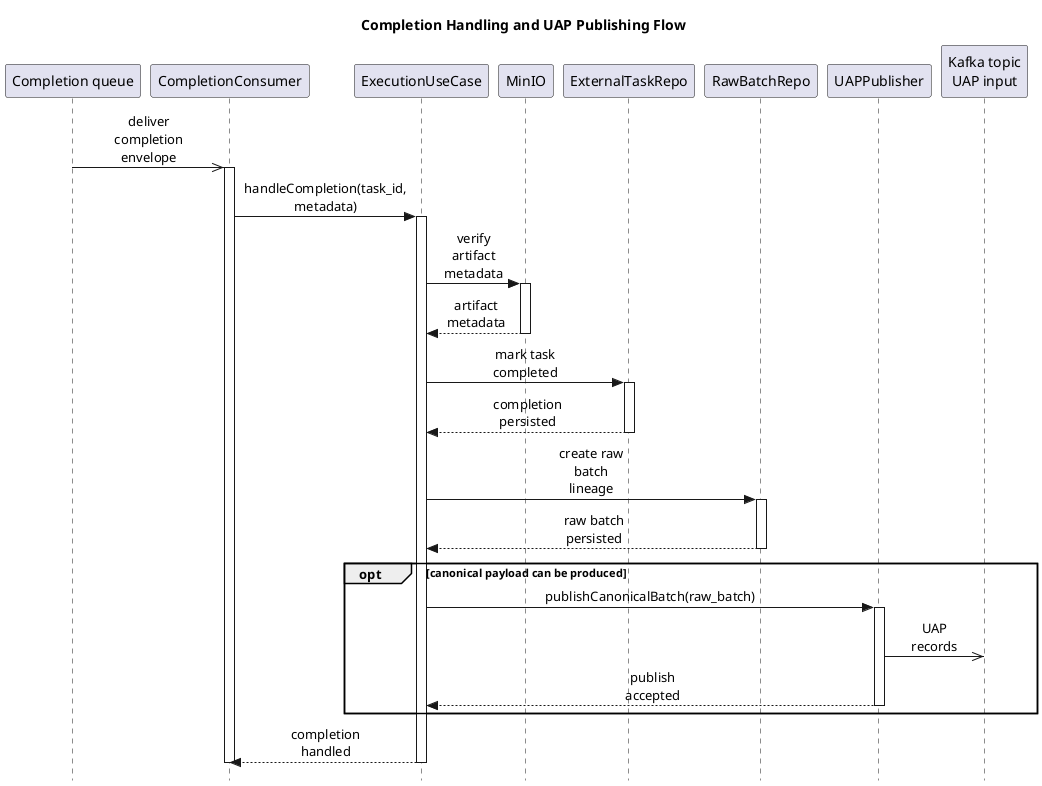
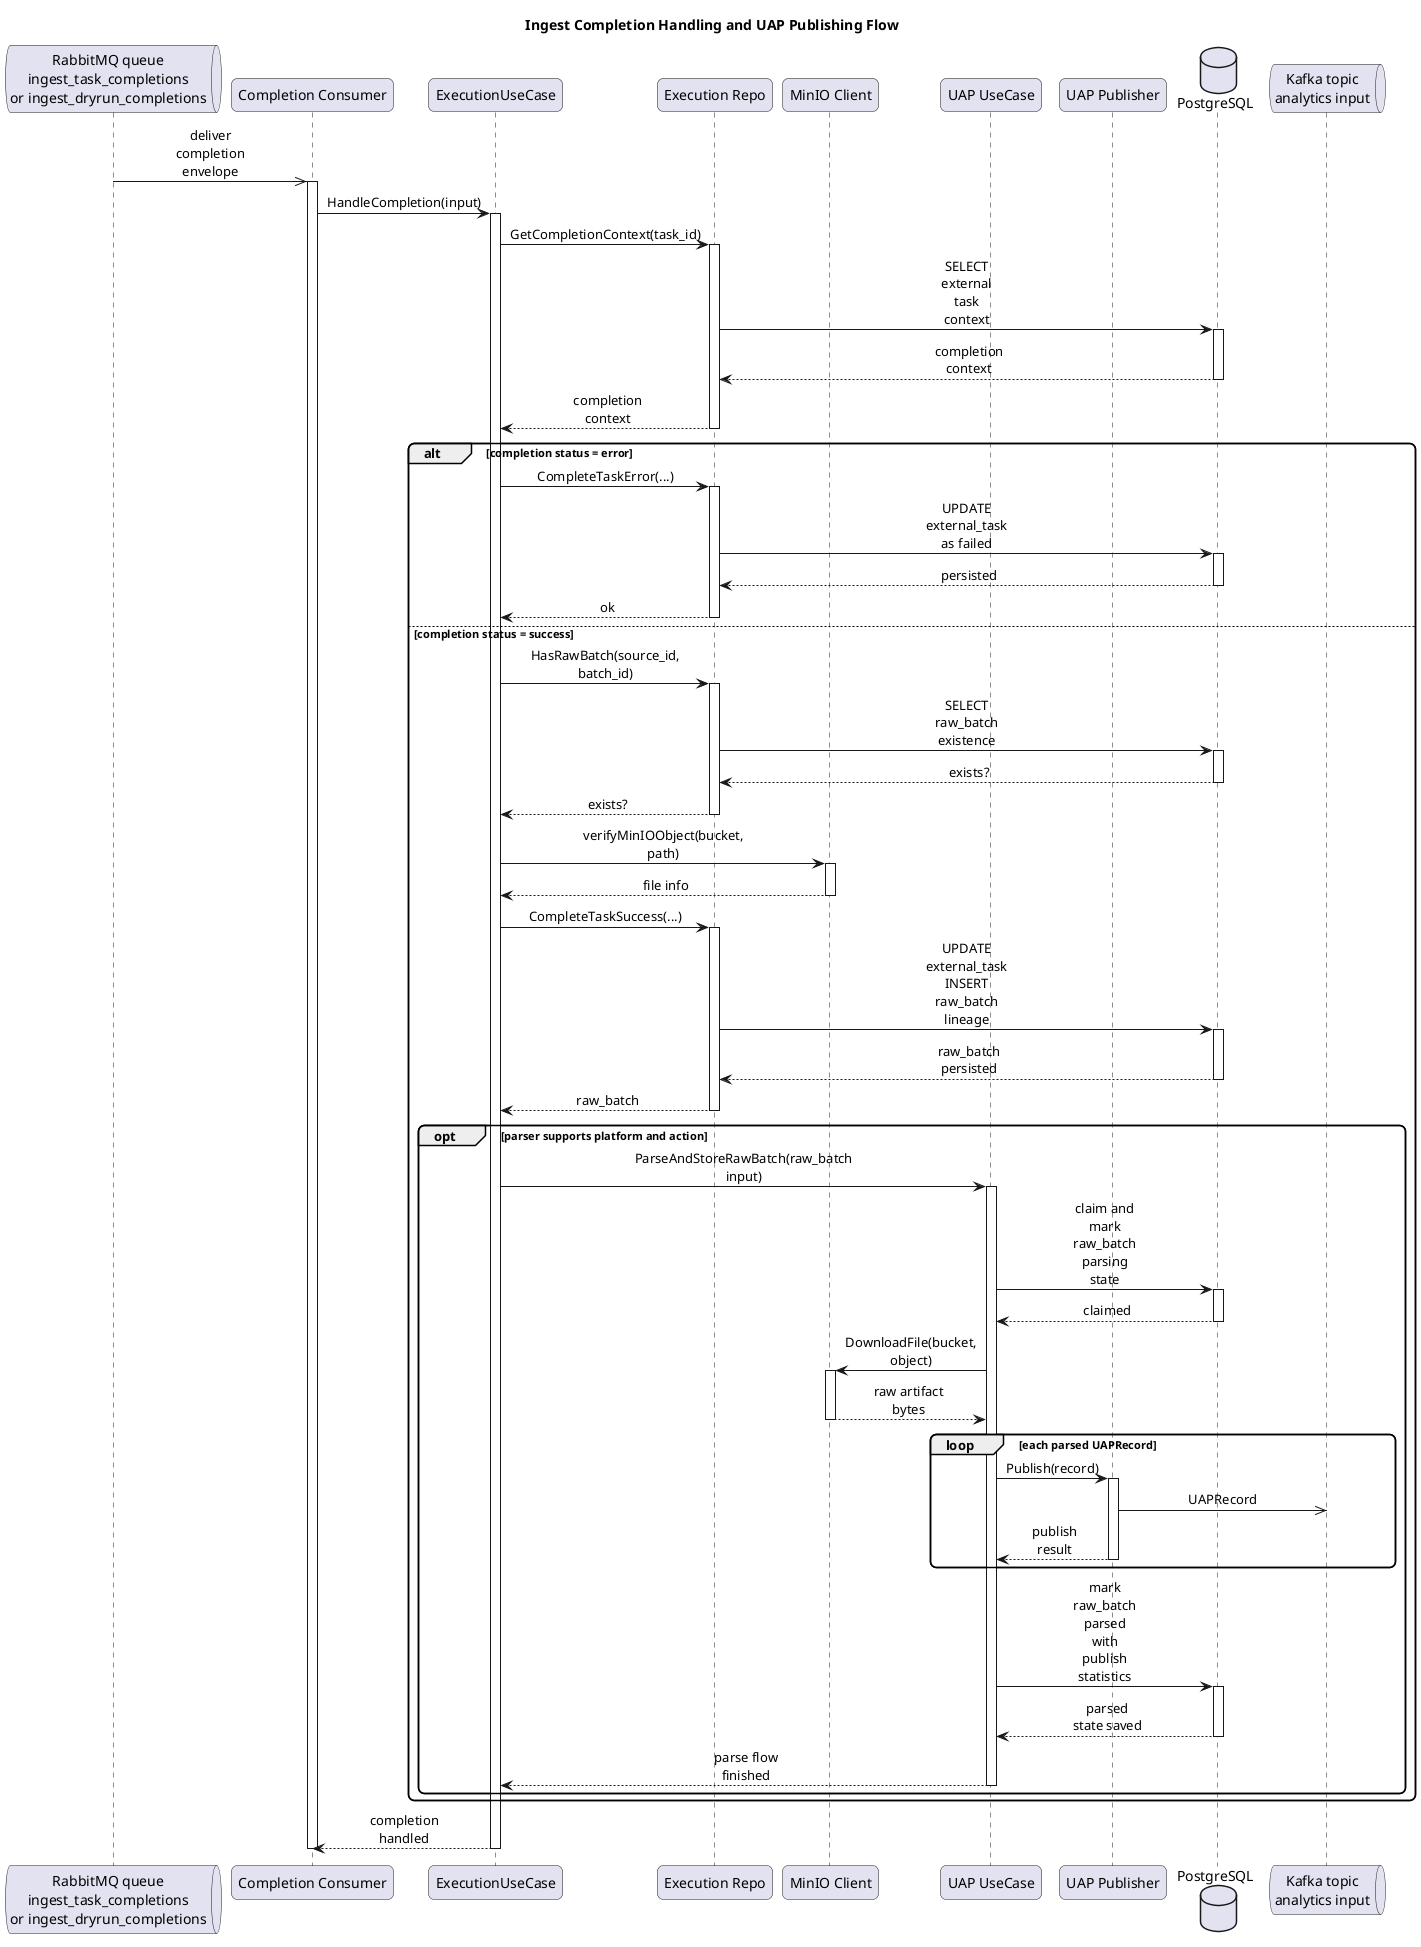
@startuml
- title Completion Handling and UAP Publishing Flow
- hide footbox
- skinparam style strictuml
+ title Ingest Completion Handling and UAP Publishing Flow
+ skinparam defaultFontName Arial
+ skinparam shadowing false
skinparam sequenceMessageAlign center
skinparam responseMessageBelowArrow true
skinparam maxMessageSize 70
+ skinparam roundcorner 12

- participant "Completion queue" as CompletionQueue
- participant "CompletionConsumer" as Consumer
+ queue "RabbitMQ queue\ningest_task_completions\nor ingest_dryrun_completions" as CompletionQueue
+ participant "Completion Consumer" as Consumer
participant "ExecutionUseCase" as Execution
- participant "MinIO" as MinIO
- participant "ExternalTaskRepo" as ExternalTaskRepo
- participant "RawBatchRepo" as RawBatchRepo
- participant "UAPPublisher" as UAPPublisher
- participant "Kafka topic\nUAP input" as UAPTopic
+ participant "Execution Repo" as ExecutionRepo
+ participant "MinIO Client" as MinIO
+ participant "UAP UseCase" as UAPUC
+ participant "UAP Publisher" as UAPPublisher
+ database "PostgreSQL" as PostgreSQL
+ queue "Kafka topic\nanalytics input" as AnalyticsInput

CompletionQueue ->> Consumer : deliver completion envelope
activate Consumer
- Consumer -> Execution : handleCompletion(task_id, metadata)
+ Consumer -> Execution : HandleCompletion(input)
activate Execution
- Execution -> MinIO : verify artifact metadata
- activate MinIO
- MinIO --> Execution : artifact metadata
- deactivate MinIO
- Execution -> ExternalTaskRepo : mark task completed
- activate ExternalTaskRepo
- ExternalTaskRepo --> Execution : completion persisted
- deactivate ExternalTaskRepo
- Execution -> RawBatchRepo : create raw batch lineage
- activate RawBatchRepo
- RawBatchRepo --> Execution : raw batch persisted
- deactivate RawBatchRepo

- opt canonical payload can be produced
-   Execution -> UAPPublisher : publishCanonicalBatch(raw_batch)
-   activate UAPPublisher
-   UAPPublisher ->> UAPTopic : UAP records
-   UAPPublisher --> Execution : publish accepted
-   deactivate UAPPublisher
+ Execution -> ExecutionRepo : GetCompletionContext(task_id)
+ activate ExecutionRepo
+ ExecutionRepo -> PostgreSQL : SELECT external task context
+ activate PostgreSQL
+ PostgreSQL --> ExecutionRepo : completion context
+ deactivate PostgreSQL
+ ExecutionRepo --> Execution : completion context
+ deactivate ExecutionRepo
+ 
+ alt completion status = error
+   Execution -> ExecutionRepo : CompleteTaskError(...)
+   activate ExecutionRepo
+   ExecutionRepo -> PostgreSQL : UPDATE external_task as failed
+   activate PostgreSQL
+   PostgreSQL --> ExecutionRepo : persisted
+   deactivate PostgreSQL
+   ExecutionRepo --> Execution : ok
+   deactivate ExecutionRepo
+ else completion status = success
+   Execution -> ExecutionRepo : HasRawBatch(source_id, batch_id)
+   activate ExecutionRepo
+   ExecutionRepo -> PostgreSQL : SELECT raw_batch existence
+   activate PostgreSQL
+   PostgreSQL --> ExecutionRepo : exists?
+   deactivate PostgreSQL
+   ExecutionRepo --> Execution : exists?
+   deactivate ExecutionRepo
+ 
+   Execution -> MinIO : verifyMinIOObject(bucket, path)
+   activate MinIO
+   MinIO --> Execution : file info
+   deactivate MinIO
+ 
+   Execution -> ExecutionRepo : CompleteTaskSuccess(...)
+   activate ExecutionRepo
+   ExecutionRepo -> PostgreSQL : UPDATE external_task\nINSERT raw_batch lineage
+   activate PostgreSQL
+   PostgreSQL --> ExecutionRepo : raw_batch persisted
+   deactivate PostgreSQL
+   ExecutionRepo --> Execution : raw_batch
+   deactivate ExecutionRepo
+ 
+   opt parser supports platform and action
+     Execution -> UAPUC : ParseAndStoreRawBatch(raw_batch input)
+     activate UAPUC
+     UAPUC -> PostgreSQL : claim and mark raw_batch parsing state
+     activate PostgreSQL
+     PostgreSQL --> UAPUC : claimed
+     deactivate PostgreSQL
+     UAPUC -> MinIO : DownloadFile(bucket, object)
+     activate MinIO
+     MinIO --> UAPUC : raw artifact bytes
+     deactivate MinIO
+     loop each parsed UAPRecord
+       UAPUC -> UAPPublisher : Publish(record)
+       activate UAPPublisher
+       UAPPublisher ->> AnalyticsInput : UAPRecord
+       UAPPublisher --> UAPUC : publish result
+       deactivate UAPPublisher
+     end
+     UAPUC -> PostgreSQL : mark raw_batch parsed\nwith publish statistics
+     activate PostgreSQL
+     PostgreSQL --> UAPUC : parsed state saved
+     deactivate PostgreSQL
+     UAPUC --> Execution : parse flow finished
+     deactivate UAPUC
+   end
end

Execution --> Consumer : completion handled
deactivate Execution
deactivate Consumer
@enduml
